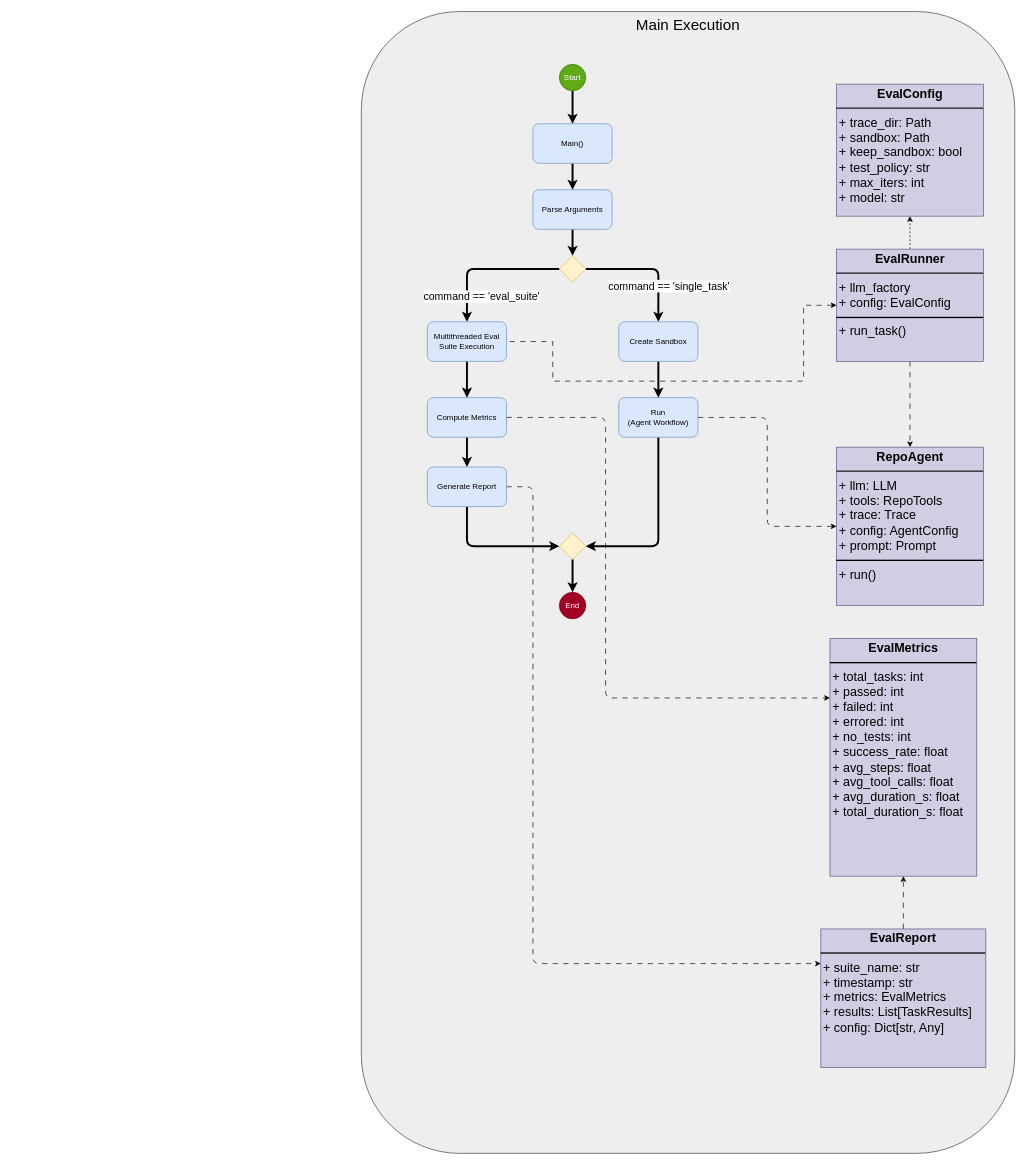
Earlier version of the draw.io diagram blog_post/diagrams/main_execution.drawio (jbthejedi/llm-repo-agent). Source tidied: cells renumbered, new cells numbered last; positions are measured from the earlier drawing's top-left corner, leaving out a move shared by most shapes. Both pictures are drawn from the tidied source at 66%, with x=0, y=0 at pixel (361, 11).
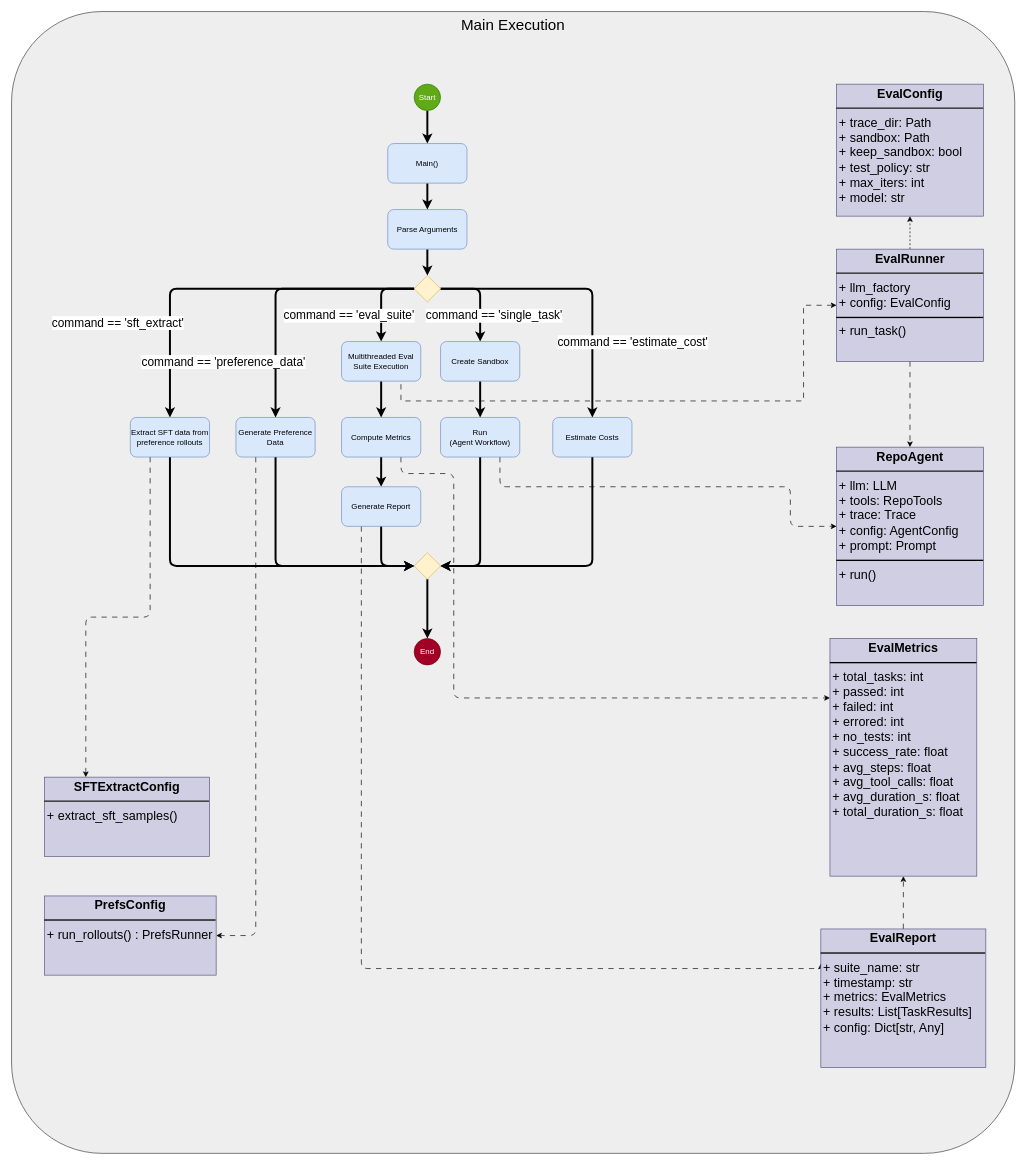
After the change.

Commit message:
update main eecution diagram

The change refers to these unchanged cells:
```xml
<mxCell id="8" style="edgeStyle=orthogonalEdgeStyle;html=1;exitX=1;exitY=0.5;exitDx=0;exitDy=0;entryX=0.5;entryY=0;entryDx=0;entryDy=0;strokeWidth=3;" parent="1" edge="1" source="12" target="22">
  <mxGeometry relative="1" as="geometry" />
</mxCell>
<mxCell id="19" value="&lt;p style=&quot;margin:0px;margin-top:4px;text-align:center;&quot;&gt;&lt;b&gt;EvalRunner&lt;/b&gt;&lt;/p&gt;&lt;hr style=&quot;border-style:solid;&quot;&gt;&lt;p style=&quot;margin:0px;margin-left:4px;&quot;&gt;+ llm_factory&lt;/p&gt;&lt;p style=&quot;margin:0px;margin-left:4px;&quot;&gt;+ config: EvalConfig&lt;br&gt;&lt;/p&gt;&lt;hr style=&quot;border-style:solid;&quot;&gt;&lt;p style=&quot;margin:0px;margin-left:4px;&quot;&gt;+ run_task()&lt;/p&gt;" style="verticalAlign=top;align=left;overflow=fill;html=1;whiteSpace=wrap;fontSize=19;fillColor=#d0cee2;strokeColor=#56517e;labelBackgroundColor=none;" parent="1" vertex="1">
  <mxGeometry x="720" y="360" width="222.5" height="170" as="geometry" />
</mxCell>
<mxCell id="20" value="&lt;p style=&quot;margin:0px;margin-top:4px;text-align:center;&quot;&gt;&lt;b&gt;RepoAgent&lt;/b&gt;&lt;/p&gt;&lt;hr style=&quot;border-style:solid;&quot;&gt;&lt;p style=&quot;margin:0px;margin-left:4px;&quot;&gt;+ llm: LLM&lt;/p&gt;&lt;p style=&quot;margin:0px;margin-left:4px;&quot;&gt;+ tools: RepoTools&lt;/p&gt;&lt;p style=&quot;margin:0px;margin-left:4px;&quot;&gt;+ trace: Trace&lt;/p&gt;&lt;p style=&quot;margin:0px;margin-left:4px;&quot;&gt;+ config: AgentConfig&lt;/p&gt;&lt;p style=&quot;margin:0px;margin-left:4px;&quot;&gt;+ prompt: Prompt&lt;/p&gt;&lt;hr style=&quot;border-style:solid;&quot;&gt;&lt;p style=&quot;margin:0px;margin-left:4px;&quot;&gt;+ run()&lt;/p&gt;" style="verticalAlign=top;align=left;overflow=fill;html=1;whiteSpace=wrap;fontSize=19;fillColor=#d0cee2;strokeColor=#56517e;labelBackgroundColor=none;" parent="1" vertex="1">
  <mxGeometry x="720" y="660" width="222.5" height="240" as="geometry" />
</mxCell>
<mxCell id="34" value="&lt;p style=&quot;margin:0px;margin-top:4px;text-align:center;&quot;&gt;&lt;b&gt;EvalMetrics&lt;/b&gt;&lt;/p&gt;&lt;hr style=&quot;border-style:solid;&quot;&gt;&lt;p style=&quot;margin:0px;margin-left:4px;&quot;&gt;+ total_tasks: int&lt;/p&gt;&lt;p style=&quot;margin:0px;margin-left:4px;&quot;&gt;+ passed: int&lt;/p&gt;&lt;p style=&quot;margin:0px;margin-left:4px;&quot;&gt;+ failed: int&lt;/p&gt;&lt;p style=&quot;margin:0px;margin-left:4px;&quot;&gt;+ errored: int&lt;/p&gt;&lt;p style=&quot;margin:0px;margin-left:4px;&quot;&gt;+ no_tests: int&lt;/p&gt;&lt;p style=&quot;margin:0px;margin-left:4px;&quot;&gt;+ success_rate: float&lt;/p&gt;&lt;p style=&quot;margin:0px;margin-left:4px;&quot;&gt;+ avg_steps: float&lt;/p&gt;&lt;p style=&quot;margin:0px;margin-left:4px;&quot;&gt;+ avg_tool_calls: float&lt;/p&gt;&lt;p style=&quot;margin:0px;margin-left:4px;&quot;&gt;+ avg_duration_s: float&lt;/p&gt;&lt;p style=&quot;margin:0px;margin-left:4px;&quot;&gt;+ total_duration_s: float&lt;/p&gt;" style="verticalAlign=top;align=left;overflow=fill;html=1;whiteSpace=wrap;fontSize=19;fillColor=#d0cee2;strokeColor=#56517e;labelBackgroundColor=none;" parent="1" vertex="1">
  <mxGeometry x="710" y="950" width="222.5" height="360" as="geometry" />
</mxCell>
<mxCell id="36" value="&lt;p style=&quot;margin:0px;margin-top:4px;text-align:center;&quot;&gt;&lt;b&gt;EvalReport&lt;/b&gt;&lt;/p&gt;&lt;hr style=&quot;border-style:solid;&quot;&gt;&lt;p style=&quot;margin:0px;margin-left:4px;&quot;&gt;+ suite_name: str&lt;/p&gt;&lt;p style=&quot;margin:0px;margin-left:4px;&quot;&gt;+ timestamp: str&lt;/p&gt;&lt;p style=&quot;margin:0px;margin-left:4px;&quot;&gt;+ metrics: EvalMetrics&lt;/p&gt;&lt;p style=&quot;margin:0px;margin-left:4px;&quot;&gt;+ results: List[TaskResults]&lt;/p&gt;&lt;p style=&quot;margin:0px;margin-left:4px;&quot;&gt;+ config: Dict[str, Any]&lt;/p&gt;" style="verticalAlign=top;align=left;overflow=fill;html=1;whiteSpace=wrap;fontSize=19;fillColor=#d0cee2;strokeColor=#56517e;labelBackgroundColor=none;" parent="1" vertex="1">
  <mxGeometry x="696.2" y="1390" width="250" height="210" as="geometry" />
</mxCell>
```

What changed in the source:
```diff
@@
-    <mxCell id="2" value="Main Execution" style="rounded=1;whiteSpace=wrap;html=1;fillColor=#eeeeee;strokeColor=#36393d;verticalAlign=top;fontSize=23;" parent="1" vertex="1">
-      <mxGeometry width="990" height="1730" as="geometry" />
+    <mxCell id="2" value="Main Execution" style="rounded=1;whiteSpace=wrap;html=1;fillColor=#eeeeee;strokeColor=#36393d;verticalAlign=top;fontSize=23;arcSize=9;" parent="1" vertex="1">
+      <mxGeometry x="-530" width="1520" height="1730" as="geometry" />
     </mxCell>
@@
     <mxCell id="4" value="Start" style="ellipse;whiteSpace=wrap;html=1;fillColor=#60a917;fontColor=#ffffff;strokeColor=#2D7600;" parent="1" vertex="1">
-      <mxGeometry x="300" y="80" width="40" height="40" as="geometry" />
+      <mxGeometry x="80" y="110" width="40" height="40" as="geometry" />
     </mxCell>
@@
-    <mxCell id="6" style="edgeStyle=orthogonalEdgeStyle;html=1;exitX=1;exitY=0.5;exitDx=0;exitDy=0;entryX=0;entryY=0.5;entryDx=0;entryDy=0;dashed=1;dashPattern=8 8;" parent="1" edge="1" source="7" target="20">
-      <mxGeometry relative="1" as="geometry" />
+    <mxCell id="6" style="edgeStyle=orthogonalEdgeStyle;html=1;exitX=0.75;exitY=1;exitDx=0;exitDy=0;entryX=0;entryY=0.5;entryDx=0;entryDy=0;dashed=1;dashPattern=8 8;" parent="1" edge="1" source="7" target="20">
+      <mxGeometry relative="1" as="geometry">
+        <Array as="points">
+          <mxPoint x="210" y="720" />
+          <mxPoint x="650" y="720" />
+          <mxPoint x="650" y="780" />
+        </Array>
+      </mxGeometry>
     </mxCell>
     <mxCell id="7" value="Run&lt;br&gt;(Agent Workflow)" style="rounded=1;whiteSpace=wrap;html=1;fillColor=#dae8fc;strokeColor=#6c8ebf;" parent="1" vertex="1">
-      <mxGeometry x="390" y="585" width="120" height="60" as="geometry" />
+      <mxGeometry x="120" y="615" width="120" height="60" as="geometry" />
     </mxCell>
@@
-    <mxCell id="9" value="command == 'single_task'" style="edgeLabel;html=1;align=center;verticalAlign=middle;fontSize=16;labelBackgroundColor=light-dark(#FFFFFF,#202020);" parent="8" vertex="1">
+    <mxCell id="9" value="command == 'single_task'" style="edgeLabel;html=1;align=center;verticalAlign=middle;fontSize=18;labelBackgroundColor=light-dark(#FFFFFF,#202020);" parent="8" vertex="1">
       <mxGeometry x="0.14" y="3" relative="1" as="geometry">
-        <mxPoint x="17" y="28" as="offset" />
+        <mxPoint x="17" y="20" as="offset" />
       </mxGeometry>
     </mxCell>
     <mxCell id="10" style="edgeStyle=orthogonalEdgeStyle;html=1;exitX=0;exitY=0.5;exitDx=0;exitDy=0;entryX=0.5;entryY=0;entryDx=0;entryDy=0;strokeWidth=3;" parent="1" edge="1" source="12" target="38">
       <mxGeometry relative="1" as="geometry">
         <Array as="points">
-          <mxPoint x="160" y="390" />
+          <mxPoint x="30" y="420" />
         </Array>
       </mxGeometry>
     </mxCell>
-    <mxCell id="11" value="command == 'eval_suite'" style="edgeLabel;html=1;align=center;verticalAlign=middle;fontSize=16;labelBackgroundColor=light-dark(#FFFFFF,#202020);" parent="10" vertex="1">
+    <mxCell id="11" value="command == 'eval_suite'" style="edgeLabel;html=1;align=center;verticalAlign=middle;fontSize=18;labelBackgroundColor=light-dark(#FFFFFF,#202020);" parent="10" vertex="1">
       <mxGeometry x="-0.02" y="1" relative="1" as="geometry">
-        <mxPoint x="-11" y="40" as="offset" />
+        <mxPoint x="-51" y="26" as="offset" />
       </mxGeometry>
     </mxCell>
+    <mxCell id="39" style="edgeStyle=orthogonalEdgeStyle;html=1;exitX=1;exitY=0.5;exitDx=0;exitDy=0;entryX=0.5;entryY=0;entryDx=0;entryDy=0;strokeWidth=3;" parent="1" edge="1" source="12" target="49">
+      <mxGeometry relative="1" as="geometry" />
+    </mxCell>
+    <mxCell id="40" value="command == 'estimate_cost'" style="edgeLabel;html=1;align=center;verticalAlign=middle;fontSize=18;labelBackgroundColor=light-dark(#FFFFFF,#202020);" parent="39" vertex="1">
+      <mxGeometry x="0.08" y="-4" relative="1" as="geometry">
+        <mxPoint x="64" y="80" as="offset" />
+      </mxGeometry>
+    </mxCell>
+    <mxCell id="41" style="edgeStyle=orthogonalEdgeStyle;html=1;exitX=0;exitY=0.5;exitDx=0;exitDy=0;entryX=0.5;entryY=0;entryDx=0;entryDy=0;strokeWidth=3;" parent="1" edge="1" source="12" target="52">
+      <mxGeometry relative="1" as="geometry" />
+    </mxCell>
+    <mxCell id="42" value="command == 'sft_extract'" style="edgeLabel;html=1;align=center;verticalAlign=middle;fontSize=18;labelBackgroundColor=light-dark(#FFFFFF,#202020);" parent="41" vertex="1">
+      <mxGeometry x="0.49" y="2" relative="1" as="geometry">
+        <mxPoint x="-82" as="offset" />
+      </mxGeometry>
+    </mxCell>
     <mxCell id="12" style="rhombus;whiteSpace=wrap;html=1;fillColor=#fff2cc;strokeColor=#d6b656;" parent="1" vertex="1">
-      <mxGeometry x="300" y="370" width="40" height="40" as="geometry" />
+      <mxGeometry x="80" y="400" width="40" height="40" as="geometry" />
     </mxCell>
@@
     <mxCell id="14" style="rhombus;whiteSpace=wrap;html=1;fillColor=#fff2cc;strokeColor=#d6b656;" parent="1" vertex="1">
-      <mxGeometry x="300" y="790" width="40" height="40" as="geometry" />
+      <mxGeometry x="80" y="820" width="40" height="40" as="geometry" />
     </mxCell>
     <mxCell id="15" value="End" style="ellipse;whiteSpace=wrap;html=1;fillColor=#a20025;fontColor=#ffffff;strokeColor=#6F0000;" parent="1" vertex="1">
-      <mxGeometry x="300" y="880" width="40" height="40" as="geometry" />
+      <mxGeometry x="80" y="950" width="40" height="40" as="geometry" />
     </mxCell>
-    <mxCell id="16" style="edgeStyle=orthogonalEdgeStyle;html=1;exitX=0;exitY=0.5;exitDx=0;exitDy=0;entryX=1;entryY=0.5;entryDx=0;entryDy=0;rounded=0;curved=0;dashed=1;dashPattern=8 8;startArrow=classic;startFill=1;endArrow=none;endFill=0;" parent="1" edge="1" source="19" target="38">
+    <mxCell id="16" style="edgeStyle=orthogonalEdgeStyle;html=1;exitX=0;exitY=0.5;exitDx=0;exitDy=0;entryX=0.75;entryY=1;entryDx=0;entryDy=0;rounded=0;curved=0;dashed=1;dashPattern=8 8;startArrow=classic;startFill=1;endArrow=none;endFill=0;" parent="1" edge="1" source="19" target="38">
       <mxGeometry relative="1" as="geometry">
         <Array as="points">
           <mxPoint x="670" y="445" />
-          <mxPoint x="670" y="560" />
-          <mxPoint x="290" y="560" />
-          <mxPoint x="290" y="500" />
+          <mxPoint x="670" y="590" />
+          <mxPoint x="60" y="590" />
         </Array>
       </mxGeometry>
     </mxCell>
@@
     <mxCell id="22" value="Create Sandbox" style="rounded=1;whiteSpace=wrap;html=1;fillColor=#dae8fc;strokeColor=#6c8ebf;" parent="1" vertex="1">
-      <mxGeometry x="390" y="470" width="120" height="60" as="geometry" />
+      <mxGeometry x="120" y="500" width="120" height="60" as="geometry" />
     </mxCell>
@@
     <mxCell id="24" value="Parse Arguments" style="rounded=1;whiteSpace=wrap;html=1;fillColor=#dae8fc;strokeColor=#6c8ebf;" parent="1" vertex="1">
-      <mxGeometry x="260" y="270" width="120" height="60" as="geometry" />
+      <mxGeometry x="40" y="300" width="120" height="60" as="geometry" />
     </mxCell>
@@
     <mxCell id="26" value="Main()" style="rounded=1;whiteSpace=wrap;html=1;fillColor=#dae8fc;strokeColor=#6c8ebf;" parent="1" vertex="1">
-      <mxGeometry x="260" y="170" width="120" height="60" as="geometry" />
+      <mxGeometry x="40" y="200" width="120" height="60" as="geometry" />
     </mxCell>
@@
-    <mxCell id="28" style="edgeStyle=orthogonalEdgeStyle;html=1;exitX=1;exitY=0.5;exitDx=0;exitDy=0;entryX=0;entryY=0.25;entryDx=0;entryDy=0;dashed=1;dashPattern=8 8;" parent="1" edge="1" source="29" target="34">
+    <mxCell id="28" style="edgeStyle=orthogonalEdgeStyle;html=1;exitX=0.75;exitY=1;exitDx=0;exitDy=0;entryX=0;entryY=0.25;entryDx=0;entryDy=0;dashed=1;dashPattern=8 8;" parent="1" edge="1" source="29" target="34">
       <mxGeometry relative="1" as="geometry">
         <Array as="points">
-          <mxPoint x="370" y="615" />
-          <mxPoint x="370" y="1040" />
+          <mxPoint x="60" y="700" />
+          <mxPoint x="140" y="700" />
+          <mxPoint x="140" y="1040" />
         </Array>
       </mxGeometry>
     </mxCell>
     <mxCell id="29" value="Compute Metrics" style="rounded=1;whiteSpace=wrap;html=1;fillColor=#dae8fc;strokeColor=#6c8ebf;" parent="1" vertex="1">
-      <mxGeometry x="100" y="585" width="120" height="60" as="geometry" />
+      <mxGeometry x="-30" y="615" width="120" height="60" as="geometry" />
     </mxCell>
@@
-    <mxCell id="31" style="edgeStyle=orthogonalEdgeStyle;html=1;exitX=1;exitY=0.5;exitDx=0;exitDy=0;entryX=0;entryY=0.25;entryDx=0;entryDy=0;dashed=1;dashPattern=8 8;" parent="1" edge="1" source="32" target="36">
+    <mxCell id="31" style="edgeStyle=orthogonalEdgeStyle;html=1;exitX=0.25;exitY=1;exitDx=0;exitDy=0;entryX=0;entryY=0.25;entryDx=0;entryDy=0;dashed=1;dashPattern=8 8;" parent="1" edge="1" source="32" target="36">
       <mxGeometry relative="1" as="geometry">
         <Array as="points">
-          <mxPoint x="260" y="720" />
-          <mxPoint x="260" y="1443" />
+          <mxPoint y="1450" />
+          <mxPoint x="696" y="1450" />
         </Array>
       </mxGeometry>
     </mxCell>
     <mxCell id="32" value="Generate Report" style="rounded=1;whiteSpace=wrap;html=1;fillColor=#dae8fc;strokeColor=#6c8ebf;" parent="1" vertex="1">
-      <mxGeometry x="100" y="690" width="120" height="60" as="geometry" />
+      <mxGeometry x="-30" y="720" width="120" height="60" as="geometry" />
     </mxCell>
@@
     <mxCell id="38" value="Multithreaded Eval Suite Execution" style="rounded=1;whiteSpace=wrap;html=1;fillColor=#dae8fc;strokeColor=#6c8ebf;" parent="1" vertex="1">
-      <mxGeometry x="100" y="470" width="120" height="60" as="geometry" />
+      <mxGeometry x="-30" y="500" width="120" height="60" as="geometry" />
     </mxCell>
+    <mxCell id="43" style="edgeStyle=orthogonalEdgeStyle;html=1;exitX=0.5;exitY=1;exitDx=0;exitDy=0;entryX=0;entryY=0.5;entryDx=0;entryDy=0;strokeWidth=3;" parent="1" edge="1" source="45" target="14">
+      <mxGeometry relative="1" as="geometry" />
+    </mxCell>
+    <mxCell id="44" style="edgeStyle=orthogonalEdgeStyle;html=1;exitX=0.25;exitY=1;exitDx=0;exitDy=0;entryX=1;entryY=0.5;entryDx=0;entryDy=0;dashed=1;dashPattern=8 8;" parent="1" edge="1" source="45" target="53">
+      <mxGeometry relative="1" as="geometry" />
+    </mxCell>
+    <mxCell id="45" value="Generate Preference Data" style="rounded=1;whiteSpace=wrap;html=1;fillColor=#dae8fc;strokeColor=#6c8ebf;" parent="1" vertex="1">
+      <mxGeometry x="-190" y="615" width="120" height="60" as="geometry" />
+    </mxCell>
+    <mxCell id="46" style="edgeStyle=orthogonalEdgeStyle;html=1;exitX=0;exitY=0.5;exitDx=0;exitDy=0;entryX=0.5;entryY=0;entryDx=0;entryDy=0;strokeWidth=3;" parent="1" edge="1" source="12" target="45">
+      <mxGeometry relative="1" as="geometry">
+        <Array as="points">
+          <mxPoint x="-130" y="420" />
+        </Array>
+      </mxGeometry>
+    </mxCell>
+    <mxCell id="47" value="command == 'preference_data'" style="edgeLabel;html=1;align=center;verticalAlign=middle;fontSize=18;labelBackgroundColor=light-dark(#FFFFFF,#202020);" parent="46" vertex="1">
+      <mxGeometry x="-0.02" y="1" relative="1" as="geometry">
+        <mxPoint x="-92" y="109" as="offset" />
+      </mxGeometry>
+    </mxCell>
+    <mxCell id="48" style="edgeStyle=orthogonalEdgeStyle;html=1;exitX=0.5;exitY=1;exitDx=0;exitDy=0;entryX=1;entryY=0.5;entryDx=0;entryDy=0;strokeWidth=3;" parent="1" edge="1" source="49" target="14">
+      <mxGeometry relative="1" as="geometry" />
+    </mxCell>
+    <mxCell id="49" value="Estimate Costs" style="rounded=1;whiteSpace=wrap;html=1;fillColor=#dae8fc;strokeColor=#6c8ebf;" parent="1" vertex="1">
+      <mxGeometry x="290" y="615" width="120" height="60" as="geometry" />
+    </mxCell>
+    <mxCell id="50" style="edgeStyle=orthogonalEdgeStyle;html=1;exitX=0.5;exitY=1;exitDx=0;exitDy=0;entryX=0;entryY=0.5;entryDx=0;entryDy=0;strokeWidth=3;" parent="1" edge="1" source="52" target="14">
+      <mxGeometry relative="1" as="geometry" />
+    </mxCell>
+    <mxCell id="51" style="edgeStyle=orthogonalEdgeStyle;html=1;exitX=0.25;exitY=1;exitDx=0;exitDy=0;entryX=0.25;entryY=0;entryDx=0;entryDy=0;dashed=1;dashPattern=8 8;" parent="1" edge="1" source="52" target="54">
+      <mxGeometry relative="1" as="geometry" />
+    </mxCell>
+    <mxCell id="52" value="Extract SFT data from preference rollouts" style="rounded=1;whiteSpace=wrap;html=1;fillColor=#dae8fc;strokeColor=#6c8ebf;" parent="1" vertex="1">
+      <mxGeometry x="-350" y="615" width="120" height="60" as="geometry" />
+    </mxCell>
+    <mxCell id="53" value="&lt;p style=&quot;margin:0px;margin-top:4px;text-align:center;&quot;&gt;&lt;b&gt;PrefsConfig&lt;/b&gt;&lt;/p&gt;&lt;hr style=&quot;border-style:solid;&quot;&gt;&lt;p style=&quot;margin:0px;margin-left:4px;&quot;&gt;+ run_rollouts() : PrefsRunner&lt;/p&gt;" style="verticalAlign=top;align=left;overflow=fill;html=1;whiteSpace=wrap;fontSize=19;fillColor=#d0cee2;strokeColor=#56517e;labelBackgroundColor=none;" parent="1" vertex="1">
+      <mxGeometry x="-480" y="1340" width="260" height="120" as="geometry" />
+    </mxCell>
+    <mxCell id="54" value="&lt;p style=&quot;margin:0px;margin-top:4px;text-align:center;&quot;&gt;&lt;b&gt;SFTExtractConfig&lt;/b&gt;&lt;/p&gt;&lt;hr style=&quot;border-style:solid;&quot;&gt;&lt;p style=&quot;margin:0px;margin-left:4px;&quot;&gt;+ extract_sft_samples()&lt;/p&gt;" style="verticalAlign=top;align=left;overflow=fill;html=1;whiteSpace=wrap;fontSize=19;fillColor=#d0cee2;strokeColor=#56517e;labelBackgroundColor=none;" parent="1" vertex="1">
+      <mxGeometry x="-480" y="1160" width="250" height="120" as="geometry" />
+    </mxCell>
```
